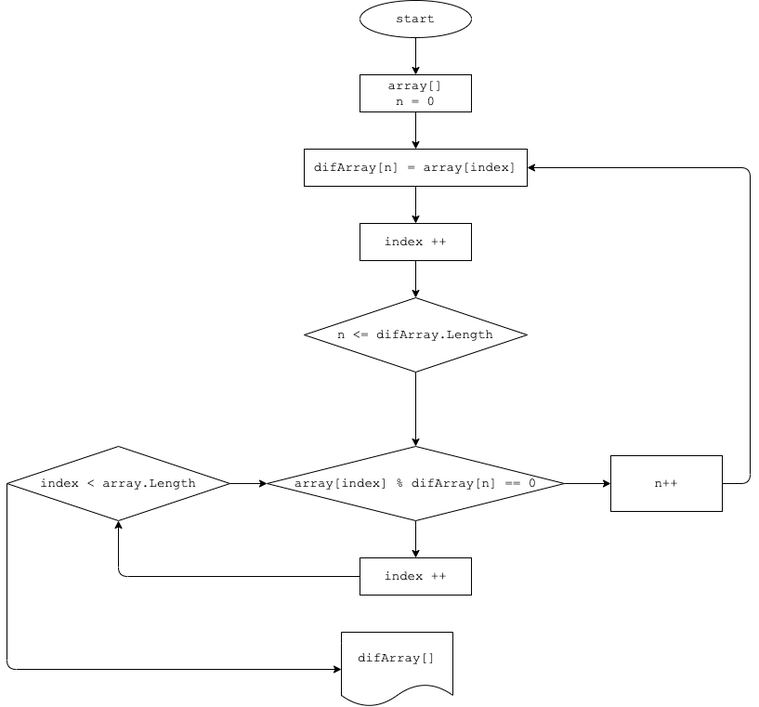
Before: cSharp_hw08/task1/diagram.drawio.png, a diagram exported from draw.io (Namcorp1/tasksOnCSharp). Source tidied: cells renumbered, new cells last; positions are measured from the earlier drawing's top-left corner, leaving out a move shared by most shapes.
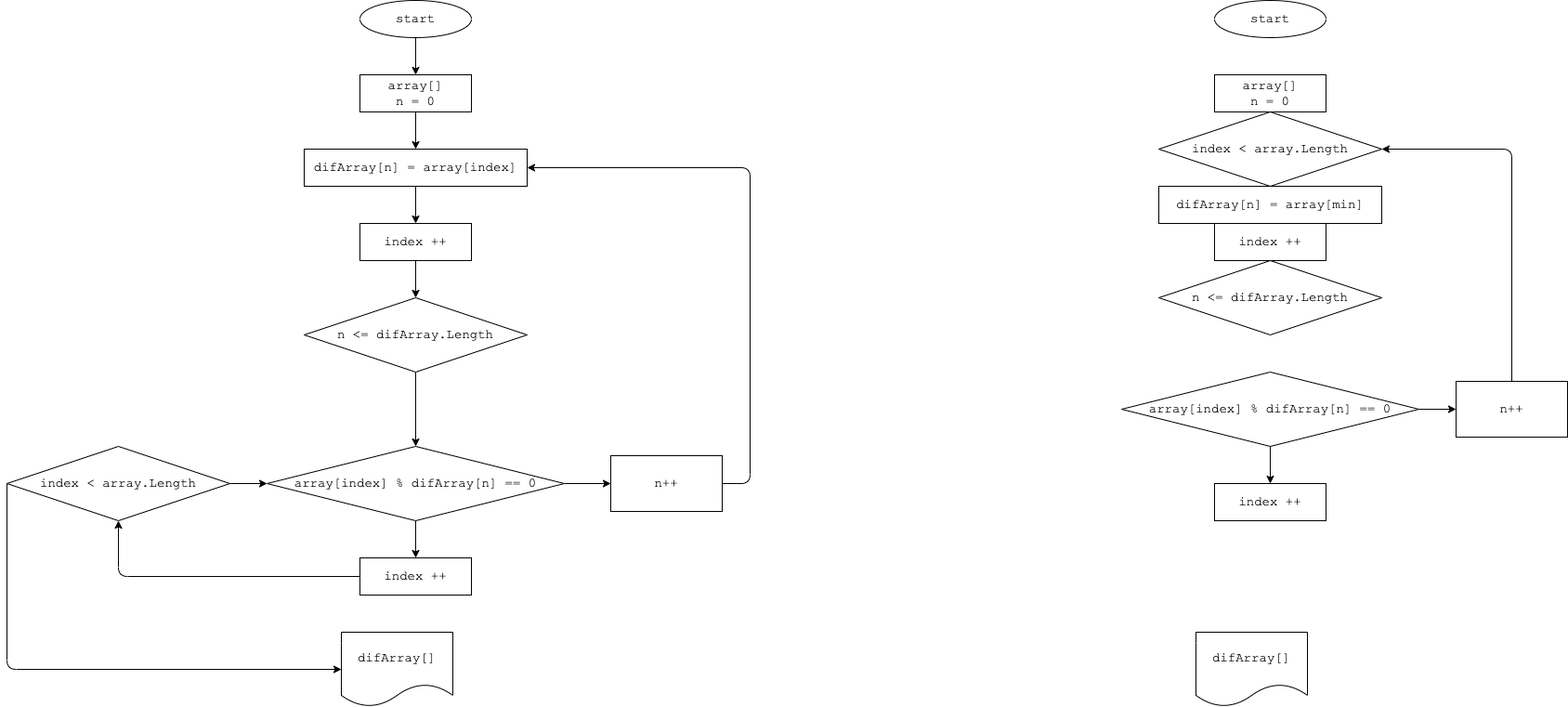
After the commit.

Commit message:
+1 try solution task 1 in home work 8

Diff of the diagram source:
```diff
@@ -79,5 +79,48 @@
     <mxCell id="22" value="difArray[]" style="shape=document;whiteSpace=wrap;html=1;boundedLbl=1;fontFamily=Courier New;fontSize=14;" parent="1" vertex="1">
       <mxGeometry x="360" y="680" width="120" height="80" as="geometry" />
     </mxCell>
+    <mxCell id="23" value="start" style="ellipse;whiteSpace=wrap;html=1;fontFamily=Courier New;fontSize=14;" parent="1" vertex="1">
+      <mxGeometry x="1300" width="120" height="40" as="geometry" />
+    </mxCell>
+    <mxCell id="24" value="array[]&lt;br&gt;n = 0" style="whiteSpace=wrap;html=1;fontSize=14;fontFamily=Courier New;" parent="1" vertex="1">
+      <mxGeometry x="1300" y="80" width="120" height="40" as="geometry" />
+    </mxCell>
+    <mxCell id="25" style="edgeStyle=none;html=1;fontFamily=Courier New;fontSize=14;" parent="1" edge="1" source="27" target="29">
+      <mxGeometry relative="1" as="geometry" />
+    </mxCell>
+    <mxCell id="26" style="edgeStyle=none;html=1;exitX=1;exitY=0.5;exitDx=0;exitDy=0;entryX=0;entryY=0.5;entryDx=0;entryDy=0;" parent="1" edge="1" source="27" target="32">
+      <mxGeometry relative="1" as="geometry" />
+    </mxCell>
+    <mxCell id="27" value="array[index] % difArray[n] == 0" style="rhombus;whiteSpace=wrap;html=1;fontSize=14;fontFamily=Courier New;" parent="1" vertex="1">
+      <mxGeometry x="1200" y="400" width="320" height="80" as="geometry" />
+    </mxCell>
+    <mxCell id="28" value="difArray[n] = array[min]" style="whiteSpace=wrap;html=1;fontSize=14;fontFamily=Courier New;" parent="1" vertex="1">
+      <mxGeometry x="1240" y="200" width="240" height="40" as="geometry" />
+    </mxCell>
+    <mxCell id="29" value="index ++" style="whiteSpace=wrap;html=1;fontSize=14;fontFamily=Courier New;" parent="1" vertex="1">
+      <mxGeometry x="1300" y="520" width="120" height="40" as="geometry" />
+    </mxCell>
+    <mxCell id="30" value="index ++" style="whiteSpace=wrap;html=1;fontSize=14;fontFamily=Courier New;" parent="1" vertex="1">
+      <mxGeometry x="1300" y="240" width="120" height="40" as="geometry" />
+    </mxCell>
+    <mxCell id="31" style="edgeStyle=none;html=1;exitX=0.5;exitY=0;exitDx=0;exitDy=0;entryX=1;entryY=0.5;entryDx=0;entryDy=0;" parent="1" edge="1" source="32" target="34">
+      <mxGeometry relative="1" as="geometry">
+        <Array as="points">
+          <mxPoint x="1620" y="160" />
+        </Array>
+      </mxGeometry>
+    </mxCell>
+    <mxCell id="32" value="n++" style="whiteSpace=wrap;html=1;fontSize=14;fontFamily=Courier New;" parent="1" vertex="1">
+      <mxGeometry x="1560" y="410" width="120" height="60" as="geometry" />
+    </mxCell>
+    <mxCell id="33" value="n &amp;lt;= difArray.Length" style="rhombus;whiteSpace=wrap;html=1;fontSize=14;fontFamily=Courier New;" parent="1" vertex="1">
+      <mxGeometry x="1240" y="280" width="240" height="80" as="geometry" />
+    </mxCell>
+    <mxCell id="34" value="index &amp;lt; array.Length" style="rhombus;whiteSpace=wrap;html=1;fontSize=14;fontFamily=Courier New;" parent="1" vertex="1">
+      <mxGeometry x="1240" y="120" width="240" height="80" as="geometry" />
+    </mxCell>
+    <mxCell id="35" value="difArray[]" style="shape=document;whiteSpace=wrap;html=1;boundedLbl=1;fontFamily=Courier New;fontSize=14;" parent="1" vertex="1">
+      <mxGeometry x="1280" y="680" width="120" height="80" as="geometry" />
+    </mxCell>
   </root>
 </mxGraphModel>
```
